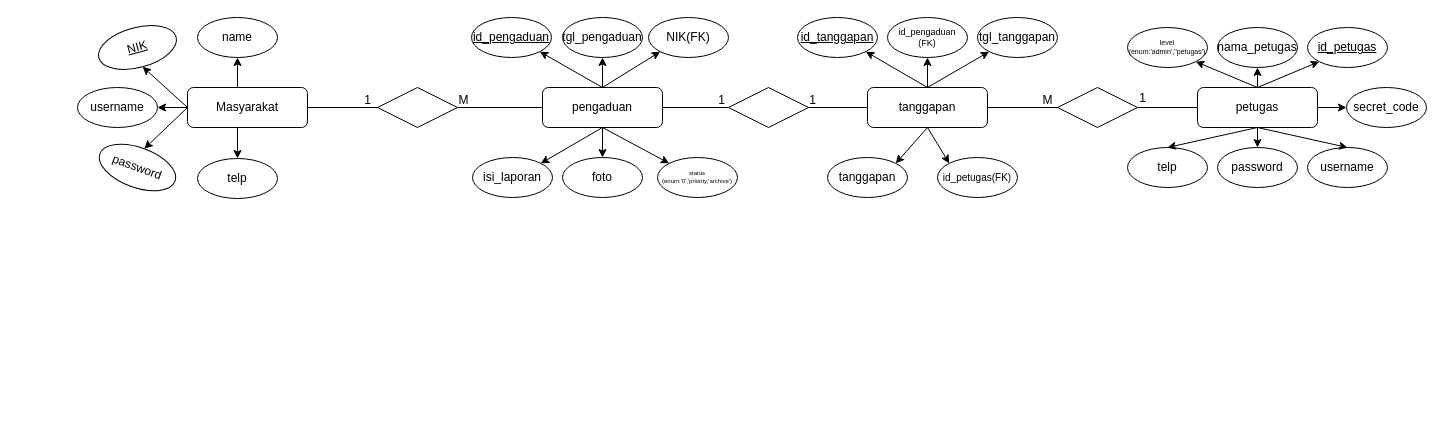
Before: ERDs.drawio in Mahklvk/laporanMasyarakatPreparation, a draw.io diagram. Source tidied: cells renumbered, new cells numbered last; positions are measured from the earlier drawing's top-left corner, leaving out a move shared by most shapes. Both pictures are drawn from the tidied source at 100%, with x=0, y=0 at pixel (77, 17).
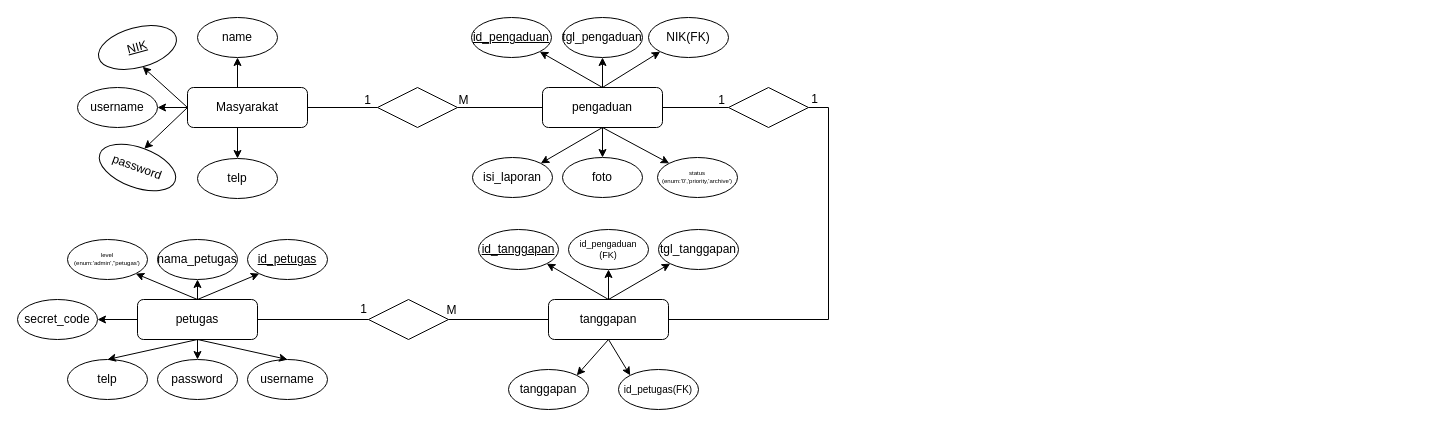
Above is the later version.

The change refers to these unchanged cells:
```xml
<mxCell id="60" style="rhombus;whiteSpace=wrap;html=1;fillColor=none;" parent="1" vertex="1">
  <mxGeometry x="651" y="70" width="80" height="40" as="geometry" />
</mxCell>
```

The edit, as a diff of the source:
```diff
@@
-    <mxCell id="16" style="rounded=0;jettySize=auto;html=1;exitX=1;exitY=0.5;exitDx=0;exitDy=0;entryX=0;entryY=0.5;entryDx=0;entryDy=0;" parent="1" edge="1" source="21" target="24">
-      <mxGeometry relative="1" as="geometry" />
-    </mxCell>
@@
+    <mxCell id="16" style="edgeStyle=orthogonalEdgeStyle;rounded=0;jettySize=auto;html=1;exitX=0;exitY=0.5;exitDx=0;exitDy=0;entryX=1;entryY=0.5;entryDx=0;entryDy=0;" parent="1" edge="1" source="21" target="24">
+      <mxGeometry relative="1" as="geometry" />
+    </mxCell>
+    <mxCell id="67" style="edgeStyle=orthogonalEdgeStyle;rounded=0;jettySize=auto;html=1;exitX=1;exitY=0.5;exitDx=0;exitDy=0;entryX=0;entryY=0.5;entryDx=0;entryDy=0;endArrow=none;startFill=0;" parent="1" edge="1" source="21" target="69">
+      <mxGeometry relative="1" as="geometry" />
+    </mxCell>
     <mxCell id="21" value="petugas" style="rounded=1;whiteSpace=wrap;html=1;fillColor=none;" parent="1" vertex="1">
-      <mxGeometry x="1120" y="70" width="120" height="40" as="geometry" />
+      <mxGeometry x="60" y="282" width="120" height="40" as="geometry" />
     </mxCell>
     <mxCell id="22" value="nama_petugas" style="ellipse;whiteSpace=wrap;html=1;fillColor=none;rotation=0;" parent="1" vertex="1">
-      <mxGeometry x="1140" y="10" width="80" height="40" as="geometry" />
+      <mxGeometry x="80" y="222" width="80" height="40" as="geometry" />
     </mxCell>
     <mxCell id="23" value="id_petugas" style="ellipse;whiteSpace=wrap;html=1;fillColor=none;rotation=0;fontStyle=4;" parent="1" vertex="1">
-      <mxGeometry x="1230" y="10" width="80" height="40" as="geometry" />
+      <mxGeometry x="170" y="222" width="80" height="40" as="geometry" />
     </mxCell>
     <mxCell id="24" value="secret_code" style="ellipse;whiteSpace=wrap;html=1;fillColor=none;rotation=0;" parent="1" vertex="1">
-      <mxGeometry x="1269" y="70" width="80" height="40" as="geometry" />
+      <mxGeometry x="-60" y="282" width="80" height="40" as="geometry" />
     </mxCell>
     <mxCell id="25" value="username" style="ellipse;whiteSpace=wrap;html=1;fillColor=none;rotation=0;" parent="1" vertex="1">
-      <mxGeometry x="1230" y="130" width="80" height="40" as="geometry" />
+      <mxGeometry x="170" y="342" width="80" height="40" as="geometry" />
     </mxCell>
     <mxCell id="26" value="password" style="ellipse;whiteSpace=wrap;html=1;fillColor=none;rotation=0;" parent="1" vertex="1">
-      <mxGeometry x="1140" y="130" width="80" height="40" as="geometry" />
+      <mxGeometry x="80" y="342" width="80" height="40" as="geometry" />
     </mxCell>
     <mxCell id="27" value="telp" style="ellipse;whiteSpace=wrap;html=1;fillColor=none;rotation=0;" parent="1" vertex="1">
-      <mxGeometry x="1050" y="130" width="80" height="40" as="geometry" />
+      <mxGeometry x="-10" y="342" width="80" height="40" as="geometry" />
     </mxCell>
-    <mxCell id="28" value="level&lt;div&gt;(enum:'admin',''petugas')&lt;/div&gt;" style="ellipse;whiteSpace=wrap;html=1;fillColor=none;rotation=0;fontSize=7;" parent="1" vertex="1">
-      <mxGeometry x="1050" y="10" width="80" height="40" as="geometry" />
+    <mxCell id="28" value="level&lt;div&gt;(enum:'admin',''petugas')&lt;/div&gt;" style="ellipse;whiteSpace=wrap;html=1;fillColor=none;rotation=0;fontSize=6;" parent="1" vertex="1">
+      <mxGeometry x="-10" y="222" width="80" height="40" as="geometry" />
     </mxCell>
@@
-    <mxCell id="49" style="edgeStyle=orthogonalEdgeStyle;rounded=0;jettySize=auto;html=1;exitX=1;exitY=0.5;exitDx=0;exitDy=0;entryX=0;entryY=0.5;entryDx=0;entryDy=0;endArrow=none;startFill=0;" parent="1" edge="1" source="50" target="64">
-      <mxGeometry relative="1" as="geometry" />
-    </mxCell>
     <mxCell id="50" value="tanggapan" style="rounded=1;whiteSpace=wrap;html=1;fillColor=none;" parent="1" vertex="1">
-      <mxGeometry x="790" y="70" width="120" height="40" as="geometry" />
+      <mxGeometry x="471" y="282" width="120" height="40" as="geometry" />
     </mxCell>
     <mxCell id="51" value="id_tanggapan" style="ellipse;whiteSpace=wrap;html=1;fillColor=none;rotation=0;fontStyle=4;" parent="1" vertex="1">
-      <mxGeometry x="720" width="80" height="40" as="geometry" />
+      <mxGeometry x="401" y="212" width="80" height="40" as="geometry" />
     </mxCell>
     <mxCell id="52" value="id_pengaduan&lt;div&gt;(FK)&lt;/div&gt;" style="ellipse;whiteSpace=wrap;html=1;fillColor=none;rotation=0;fontStyle=0;fontSize=9;" parent="1" vertex="1">
-      <mxGeometry x="810" width="80" height="40" as="geometry" />
+      <mxGeometry x="491" y="212" width="80" height="40" as="geometry" />
     </mxCell>
     <mxCell id="53" value="tgl_tanggapan" style="ellipse;whiteSpace=wrap;html=1;fillColor=none;rotation=0;fontStyle=0;" parent="1" vertex="1">
-      <mxGeometry x="900" width="80" height="40" as="geometry" />
+      <mxGeometry x="581" y="212" width="80" height="40" as="geometry" />
     </mxCell>
     <mxCell id="54" value="tanggapan" style="ellipse;whiteSpace=wrap;html=1;fillColor=none;rotation=0;fontStyle=0;" parent="1" vertex="1">
-      <mxGeometry x="750" y="140" width="80" height="40" as="geometry" />
+      <mxGeometry x="431" y="352" width="80" height="40" as="geometry" />
     </mxCell>
     <mxCell id="55" value="id_petugas(FK)" style="ellipse;whiteSpace=wrap;html=1;fillColor=none;rotation=0;fontStyle=0;fontSize=10;" parent="1" vertex="1">
-      <mxGeometry x="860" y="140" width="80" height="40" as="geometry" />
+      <mxGeometry x="541" y="352" width="80" height="40" as="geometry" />
     </mxCell>
@@
-    <mxCell id="59" style="edgeStyle=orthogonalEdgeStyle;rounded=0;jettySize=auto;html=1;exitX=1;exitY=0.5;exitDx=0;exitDy=0;entryX=0;entryY=0.5;entryDx=0;entryDy=0;endArrow=none;startFill=0;" parent="1" edge="1" source="60" target="50">
+    <mxCell id="59" style="edgeStyle=orthogonalEdgeStyle;rounded=0;jettySize=auto;html=1;exitX=1;exitY=0.5;exitDx=0;exitDy=0;entryX=1;entryY=0.5;entryDx=0;entryDy=0;endArrow=none;startFill=0;" parent="1" edge="1" source="60" target="50">
       <mxGeometry relative="1" as="geometry" />
     </mxCell>
@@
-    <mxCell id="62" value="1" style="text;html=1;align=center;verticalAlign=middle;strokeColor=none;fillColor=none;" parent="1" vertex="1">
-      <mxGeometry x="720" y="68" width="30" height="30" as="geometry" />
-    </mxCell>
-    <mxCell id="63" style="edgeStyle=orthogonalEdgeStyle;rounded=0;jettySize=auto;html=1;exitX=1;exitY=0.5;exitDx=0;exitDy=0;entryX=0;entryY=0.5;entryDx=0;entryDy=0;endArrow=none;startFill=0;" parent="1" edge="1" source="64" target="21">
-      <mxGeometry relative="1" as="geometry" />
-    </mxCell>
-    <mxCell id="64" style="rhombus;whiteSpace=wrap;html=1;fillColor=none;" parent="1" vertex="1">
-      <mxGeometry x="980" y="70" width="80" height="40" as="geometry" />
-    </mxCell>
-    <mxCell id="65" value="1" style="text;html=1;align=center;verticalAlign=middle;strokeColor=none;fillColor=none;" parent="1" vertex="1">
-      <mxGeometry x="1050" y="66" width="30" height="30" as="geometry" />
-    </mxCell>
+    <mxCell id="68" style="edgeStyle=orthogonalEdgeStyle;rounded=0;jettySize=auto;html=1;exitX=1;exitY=0.5;exitDx=0;exitDy=0;entryX=0;entryY=0.5;entryDx=0;entryDy=0;endArrow=none;startFill=0;" parent="1" edge="1" source="69" target="50">
+      <mxGeometry relative="1" as="geometry" />
+    </mxCell>
+    <mxCell id="69" style="rhombus;whiteSpace=wrap;html=1;fillColor=none;" parent="1" vertex="1">
+      <mxGeometry x="291" y="282" width="80" height="40" as="geometry" />
+    </mxCell>
+    <mxCell id="70" value="1" style="text;html=1;align=center;verticalAlign=middle;strokeColor=none;fillColor=none;" parent="1" vertex="1">
+      <mxGeometry x="722" y="67" width="30" height="30" as="geometry" />
+    </mxCell>
+    <mxCell id="71" value="1" style="text;html=1;align=center;verticalAlign=middle;strokeColor=none;fillColor=none;" parent="1" vertex="1">
+      <mxGeometry x="271" y="277" width="30" height="30" as="geometry" />
+    </mxCell>
     <mxCell id="66" value="M" style="text;html=1;align=center;verticalAlign=middle;strokeColor=none;fillColor=none;" parent="1" vertex="1">
-      <mxGeometry x="955" y="68" width="30" height="30" as="geometry" />
+      <mxGeometry x="359" y="278" width="30" height="30" as="geometry" />
     </mxCell>
```
